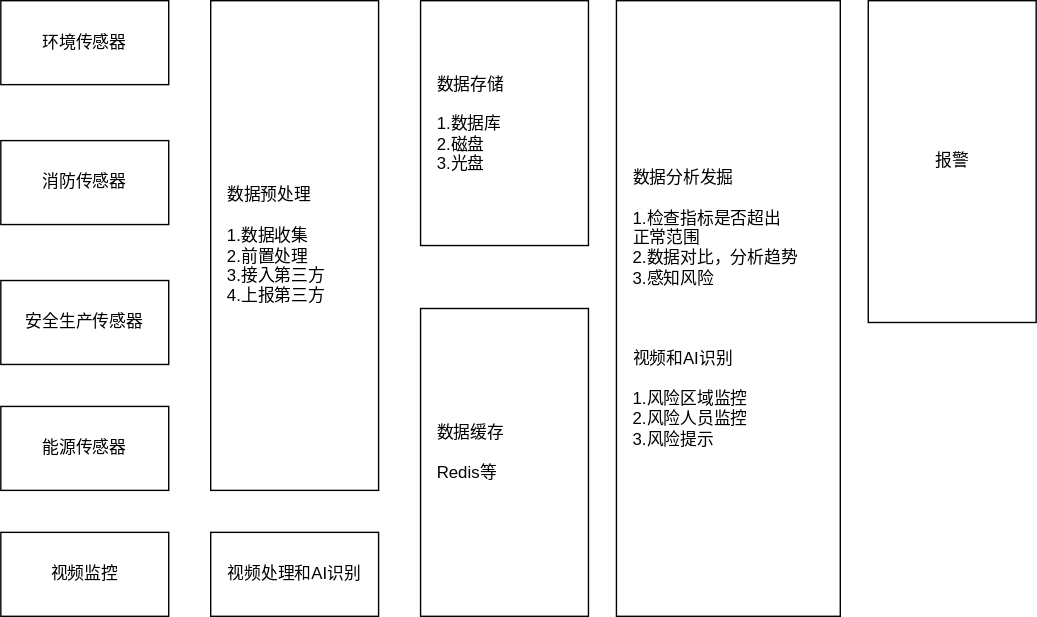
newproplus/ancheGT keeps this draw.io diagram as b.svg. Above is the earlier version. Source tidied: cells renumbered, new cells last; positions are measured from the earlier drawing's top-left corner, leaving out a move shared by most shapes. Its diagram source:
```xml
<mxGraphModel>
  <root>
    <mxCell id="0" />
    <mxCell id="1" parent="0" />
    <mxCell id="2" value="环境传感器" style="rounded=0;whiteSpace=wrap;html=1;" parent="1" vertex="1">
      <mxGeometry width="120" height="60" as="geometry" />
    </mxCell>
    <mxCell id="3" value="消防传感器" style="rounded=0;whiteSpace=wrap;html=1;" parent="1" vertex="1">
      <mxGeometry y="100" width="120" height="60" as="geometry" />
    </mxCell>
    <mxCell id="4" value="安全生产传感器" style="rounded=0;whiteSpace=wrap;html=1;" parent="1" vertex="1">
      <mxGeometry y="200" width="120" height="60" as="geometry" />
    </mxCell>
    <mxCell id="5" value="能源传感器" style="rounded=0;whiteSpace=wrap;html=1;" parent="1" vertex="1">
      <mxGeometry y="290" width="120" height="60" as="geometry" />
    </mxCell>
    <mxCell id="6" value="视频监控" style="rounded=0;whiteSpace=wrap;html=1;" parent="1" vertex="1">
      <mxGeometry y="380" width="120" height="60" as="geometry" />
    </mxCell>
    <mxCell id="7" value="&lt;div&gt;数据预处理&lt;br&gt;&lt;/div&gt;&lt;div&gt;&lt;br&gt;&lt;/div&gt;&lt;div&gt;1.数据收集&lt;/div&gt;&lt;div&gt;2.前置处理&lt;/div&gt;&lt;div&gt;3.接入第三方&lt;/div&gt;&lt;div&gt;4.上报第三方&lt;br&gt;&lt;/div&gt;" style="rounded=0;whiteSpace=wrap;html=1;align=left;spacingLeft=10;" parent="1" vertex="1">
      <mxGeometry x="150" width="120" height="350" as="geometry" />
    </mxCell>
    <mxCell id="8" value="视频处理和AI识别" style="rounded=0;whiteSpace=wrap;html=1;" parent="1" vertex="1">
      <mxGeometry x="150" y="380" width="120" height="60" as="geometry" />
    </mxCell>
    <mxCell id="9" value="&lt;div&gt;数据存储&lt;/div&gt;&lt;div&gt;&lt;br&gt;&lt;/div&gt;&lt;div&gt;1.数据库&lt;/div&gt;&lt;div&gt;2.磁盘&lt;/div&gt;&lt;div&gt;3.光盘&lt;br&gt;&lt;/div&gt;" style="rounded=0;whiteSpace=wrap;html=1;align=left;spacingLeft=10;" parent="1" vertex="1">
      <mxGeometry x="300" width="120" height="175" as="geometry" />
    </mxCell>
    <mxCell id="10" value="&lt;div&gt;数据分析发掘&lt;/div&gt;&lt;div&gt;&lt;br&gt;&lt;/div&gt;&lt;div&gt;1.检查指标是否超出&lt;/div&gt;&lt;div&gt;正常范围&lt;/div&gt;&lt;div&gt;2.数据对比，分析趋势&lt;/div&gt;&lt;div&gt;3.感知风险&lt;/div&gt;&lt;div&gt;&lt;br&gt;&lt;/div&gt;&lt;div&gt;&lt;br&gt;&lt;/div&gt;&lt;div&gt;&lt;br&gt;&lt;/div&gt;&lt;div&gt;视频和AI识别&lt;/div&gt;&lt;div&gt;&lt;br&gt;&lt;/div&gt;&lt;div&gt;1.风险区域监控&lt;/div&gt;&lt;div&gt;2.风险人员监控&lt;/div&gt;&lt;div&gt;3.风险提示&lt;br&gt;&lt;/div&gt;" style="rounded=0;whiteSpace=wrap;html=1;align=left;spacingLeft=10;" parent="1" vertex="1">
      <mxGeometry x="440" width="160" height="440" as="geometry" />
    </mxCell>
    <mxCell id="11" value="&lt;div&gt;数据缓存&lt;/div&gt;&lt;div&gt;&lt;br&gt;&lt;/div&gt;&lt;div&gt;Redis等&lt;/div&gt;&lt;div&gt;&lt;br&gt;&lt;/div&gt;" style="rounded=0;whiteSpace=wrap;html=1;align=left;spacingLeft=10;" parent="1" vertex="1">
      <mxGeometry x="300" y="220" width="120" height="220" as="geometry" />
    </mxCell>
    <mxCell id="12" value="报警" style="rounded=0;whiteSpace=wrap;html=1;" parent="1" vertex="1">
      <mxGeometry x="620" width="120" height="230" as="geometry" />
    </mxCell>
  </root>
</mxGraphModel>
```
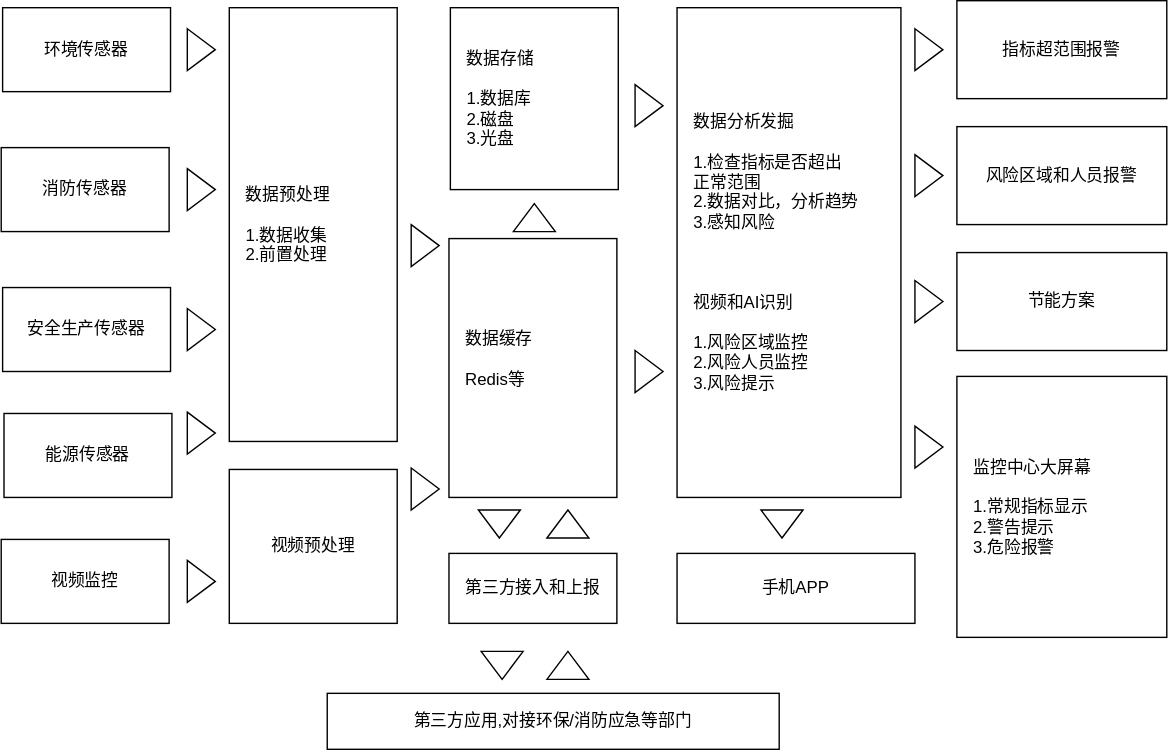
The same diagram one commit later.

Diff of the diagram source:
```diff
@@ -3,37 +3,112 @@
     <mxCell id="0" />
     <mxCell id="1" parent="0" />
     <mxCell id="2" value="环境传感器" style="rounded=0;whiteSpace=wrap;html=1;" parent="1" vertex="1">
-      <mxGeometry width="120" height="60" as="geometry" />
+      <mxGeometry x="-12" width="120" height="60" as="geometry" />
     </mxCell>
     <mxCell id="3" value="消防传感器" style="rounded=0;whiteSpace=wrap;html=1;" parent="1" vertex="1">
-      <mxGeometry y="100" width="120" height="60" as="geometry" />
+      <mxGeometry x="-13" y="100" width="120" height="60" as="geometry" />
     </mxCell>
     <mxCell id="4" value="安全生产传感器" style="rounded=0;whiteSpace=wrap;html=1;" parent="1" vertex="1">
-      <mxGeometry y="200" width="120" height="60" as="geometry" />
+      <mxGeometry x="-12" y="200" width="120" height="60" as="geometry" />
     </mxCell>
     <mxCell id="5" value="能源传感器" style="rounded=0;whiteSpace=wrap;html=1;" parent="1" vertex="1">
-      <mxGeometry y="290" width="120" height="60" as="geometry" />
+      <mxGeometry x="-11" y="290" width="120" height="60" as="geometry" />
     </mxCell>
     <mxCell id="6" value="视频监控" style="rounded=0;whiteSpace=wrap;html=1;" parent="1" vertex="1">
-      <mxGeometry y="380" width="120" height="60" as="geometry" />
+      <mxGeometry x="-13" y="380" width="120" height="60" as="geometry" />
     </mxCell>
-    <mxCell id="7" value="&lt;div&gt;数据预处理&lt;br&gt;&lt;/div&gt;&lt;div&gt;&lt;br&gt;&lt;/div&gt;&lt;div&gt;1.数据收集&lt;/div&gt;&lt;div&gt;2.前置处理&lt;/div&gt;&lt;div&gt;3.接入第三方&lt;/div&gt;&lt;div&gt;4.上报第三方&lt;br&gt;&lt;/div&gt;" style="rounded=0;whiteSpace=wrap;html=1;align=left;spacingLeft=10;" parent="1" vertex="1">
-      <mxGeometry x="150" width="120" height="350" as="geometry" />
+    <mxCell id="7" value="&lt;div&gt;数据预处理&lt;br&gt;&lt;/div&gt;&lt;div&gt;&lt;br&gt;&lt;/div&gt;&lt;div&gt;1.数据收集&lt;/div&gt;&lt;div&gt;2.前置处理&lt;br&gt;&lt;/div&gt;" style="rounded=0;whiteSpace=wrap;html=1;align=left;spacingLeft=10;" parent="1" vertex="1">
+      <mxGeometry x="150" width="120" height="310" as="geometry" />
     </mxCell>
-    <mxCell id="8" value="视频处理和AI识别" style="rounded=0;whiteSpace=wrap;html=1;" parent="1" vertex="1">
-      <mxGeometry x="150" y="380" width="120" height="60" as="geometry" />
+    <mxCell id="8" value="视频预处理" style="rounded=0;whiteSpace=wrap;html=1;" parent="1" vertex="1">
+      <mxGeometry x="150" y="330" width="120" height="110" as="geometry" />
     </mxCell>
     <mxCell id="9" value="&lt;div&gt;数据存储&lt;/div&gt;&lt;div&gt;&lt;br&gt;&lt;/div&gt;&lt;div&gt;1.数据库&lt;/div&gt;&lt;div&gt;2.磁盘&lt;/div&gt;&lt;div&gt;3.光盘&lt;br&gt;&lt;/div&gt;" style="rounded=0;whiteSpace=wrap;html=1;align=left;spacingLeft=10;" parent="1" vertex="1">
-      <mxGeometry x="300" width="120" height="175" as="geometry" />
+      <mxGeometry x="308" width="120" height="130" as="geometry" />
     </mxCell>
     <mxCell id="10" value="&lt;div&gt;数据分析发掘&lt;/div&gt;&lt;div&gt;&lt;br&gt;&lt;/div&gt;&lt;div&gt;1.检查指标是否超出&lt;/div&gt;&lt;div&gt;正常范围&lt;/div&gt;&lt;div&gt;2.数据对比，分析趋势&lt;/div&gt;&lt;div&gt;3.感知风险&lt;/div&gt;&lt;div&gt;&lt;br&gt;&lt;/div&gt;&lt;div&gt;&lt;br&gt;&lt;/div&gt;&lt;div&gt;&lt;br&gt;&lt;/div&gt;&lt;div&gt;视频和AI识别&lt;/div&gt;&lt;div&gt;&lt;br&gt;&lt;/div&gt;&lt;div&gt;1.风险区域监控&lt;/div&gt;&lt;div&gt;2.风险人员监控&lt;/div&gt;&lt;div&gt;3.风险提示&lt;br&gt;&lt;/div&gt;" style="rounded=0;whiteSpace=wrap;html=1;align=left;spacingLeft=10;" parent="1" vertex="1">
-      <mxGeometry x="440" width="160" height="440" as="geometry" />
+      <mxGeometry x="470" width="160" height="350" as="geometry" />
     </mxCell>
     <mxCell id="11" value="&lt;div&gt;数据缓存&lt;/div&gt;&lt;div&gt;&lt;br&gt;&lt;/div&gt;&lt;div&gt;Redis等&lt;/div&gt;&lt;div&gt;&lt;br&gt;&lt;/div&gt;" style="rounded=0;whiteSpace=wrap;html=1;align=left;spacingLeft=10;" parent="1" vertex="1">
-      <mxGeometry x="300" y="220" width="120" height="220" as="geometry" />
+      <mxGeometry x="307" y="165" width="120" height="185" as="geometry" />
     </mxCell>
-    <mxCell id="12" value="报警" style="rounded=0;whiteSpace=wrap;html=1;" parent="1" vertex="1">
-      <mxGeometry x="620" width="120" height="230" as="geometry" />
+    <mxCell id="12" value="指标超范围报警" style="rounded=0;whiteSpace=wrap;html=1;" parent="1" vertex="1">
+      <mxGeometry x="670" y="-5" width="150" height="70" as="geometry" />
     </mxCell>
+    <mxCell id="13" value="第三方接入和上报" style="rounded=0;whiteSpace=wrap;html=1;" parent="1" vertex="1">
+      <mxGeometry x="307" y="390" width="120" height="50" as="geometry" />
+    </mxCell>
+    <mxCell id="14" style="triangle;whiteSpace=wrap;html=1;" parent="1" vertex="1">
+      <mxGeometry x="120" y="15" width="20" height="30" as="geometry" />
+    </mxCell>
+    <mxCell id="15" style="triangle;whiteSpace=wrap;html=1;" parent="1" vertex="1">
+      <mxGeometry x="120" y="115" width="20" height="30" as="geometry" />
+    </mxCell>
+    <mxCell id="16" style="triangle;whiteSpace=wrap;html=1;" parent="1" vertex="1">
+      <mxGeometry x="120" y="215" width="20" height="30" as="geometry" />
+    </mxCell>
+    <mxCell id="17" style="triangle;whiteSpace=wrap;html=1;" parent="1" vertex="1">
+      <mxGeometry x="120" y="289" width="20" height="30" as="geometry" />
+    </mxCell>
+    <mxCell id="18" style="triangle;whiteSpace=wrap;html=1;" parent="1" vertex="1">
+      <mxGeometry x="120" y="395" width="20" height="30" as="geometry" />
+    </mxCell>
+    <mxCell id="19" style="triangle;whiteSpace=wrap;html=1;" parent="1" vertex="1">
+      <mxGeometry x="280" y="155" width="20" height="30" as="geometry" />
+    </mxCell>
+    <mxCell id="20" style="triangle;whiteSpace=wrap;html=1;" parent="1" vertex="1">
+      <mxGeometry x="440" y="245" width="20" height="30" as="geometry" />
+    </mxCell>
+    <mxCell id="21" style="triangle;whiteSpace=wrap;html=1;direction=east;" parent="1" vertex="1">
+      <mxGeometry x="440" y="55" width="20" height="30" as="geometry" />
+    </mxCell>
+    <mxCell id="22" style="triangle;whiteSpace=wrap;html=1;direction=south;" parent="1" vertex="1">
+      <mxGeometry x="328" y="359" width="30" height="20" as="geometry" />
+    </mxCell>
+    <mxCell id="23" style="triangle;whiteSpace=wrap;html=1;direction=north;" parent="1" vertex="1">
+      <mxGeometry x="377" y="359" width="30" height="20" as="geometry" />
+    </mxCell>
+    <mxCell id="24" style="triangle;whiteSpace=wrap;html=1;direction=north;" parent="1" vertex="1">
+      <mxGeometry x="353" y="140" width="30" height="20" as="geometry" />
+    </mxCell>
+    <mxCell id="25" style="triangle;whiteSpace=wrap;html=1;direction=north;" parent="1" vertex="1">
+      <mxGeometry x="377" y="460" width="30" height="20" as="geometry" />
+    </mxCell>
+    <mxCell id="26" style="triangle;whiteSpace=wrap;html=1;direction=south;" parent="1" vertex="1">
+      <mxGeometry x="330" y="460" width="30" height="20" as="geometry" />
+    </mxCell>
+    <mxCell id="27" value="第三方应用,对接环保/消防应急等部门" style="rounded=0;whiteSpace=wrap;html=1;" parent="1" vertex="1">
+      <mxGeometry x="220" y="490" width="323" height="40" as="geometry" />
+    </mxCell>
+    <mxCell id="28" style="triangle;whiteSpace=wrap;html=1;" parent="1" vertex="1">
+      <mxGeometry x="280" y="329" width="20" height="30" as="geometry" />
+    </mxCell>
+    <mxCell id="29" style="triangle;whiteSpace=wrap;html=1;direction=east;" parent="1" vertex="1">
+      <mxGeometry x="640" y="15" width="20" height="30" as="geometry" />
+    </mxCell>
+    <mxCell id="30" value="风险区域和人员报警" style="rounded=0;whiteSpace=wrap;html=1;" parent="1" vertex="1">
+      <mxGeometry x="670" y="85" width="150" height="70" as="geometry" />
+    </mxCell>
+    <mxCell id="31" style="triangle;whiteSpace=wrap;html=1;direction=east;" parent="1" vertex="1">
+      <mxGeometry x="640" y="105" width="20" height="30" as="geometry" />
+    </mxCell>
+    <mxCell id="32" value="节能方案" style="rounded=0;whiteSpace=wrap;html=1;" parent="1" vertex="1">
+      <mxGeometry x="670" y="175" width="150" height="70" as="geometry" />
+    </mxCell>
+    <mxCell id="33" style="triangle;whiteSpace=wrap;html=1;direction=east;" parent="1" vertex="1">
+      <mxGeometry x="640" y="195" width="20" height="30" as="geometry" />
+    </mxCell>
+    <mxCell id="34" style="triangle;whiteSpace=wrap;html=1;direction=east;" parent="1" vertex="1">
+      <mxGeometry x="640" y="299" width="20" height="30" as="geometry" />
+    </mxCell>
+    <mxCell id="35" value="&lt;div&gt;监控中心大屏幕&lt;/div&gt;&lt;div&gt;&lt;br&gt;&lt;/div&gt;&lt;div&gt;1.常规指标显示&lt;/div&gt;&lt;div&gt;2.警告提示&lt;/div&gt;&lt;div&gt;3.危险报警&lt;br&gt;&lt;/div&gt;" style="rounded=0;whiteSpace=wrap;html=1;align=left;spacingLeft=10;" parent="1" vertex="1">
+      <mxGeometry x="670" y="263.5" width="150" height="186.5" as="geometry" />
+    </mxCell>
+    <mxCell id="36" style="triangle;whiteSpace=wrap;html=1;direction=south;" parent="1" vertex="1">
+      <mxGeometry x="530" y="359" width="30" height="20" as="geometry" />
+    </mxCell>
+    <mxCell id="37" value="手机APP" style="rounded=0;whiteSpace=wrap;html=1;" parent="1" vertex="1">
+      <mxGeometry x="470" y="390" width="170" height="50" as="geometry" />
+    </mxCell>
   </root>
 </mxGraphModel>
```
